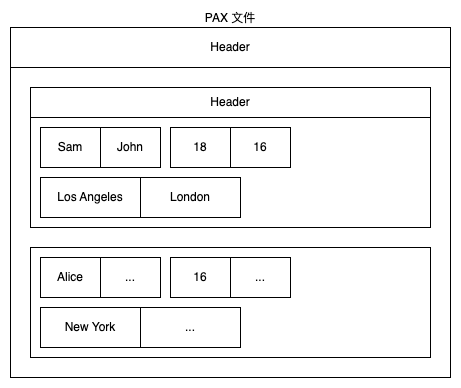
Earlier version of the draw.io export images/高级数据存储/adv_db_hybrid_layout.drawio.png (YihangWe/yihangwe.github.io). Source tidied: cells renumbered, new cells last; positions are measured from the earlier drawing's top-left corner, leaving out a move shared by most shapes.
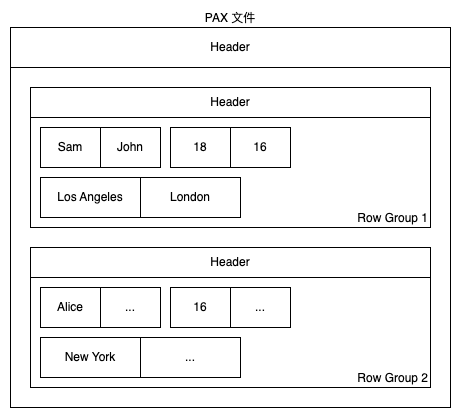
Above is the later version.

The edit, as a diff of the source:
```diff
@@ -3,16 +3,16 @@
     <mxCell id="0" />
     <mxCell id="1" parent="0" />
     <mxCell id="2" value="PAX 文件" style="rounded=0;whiteSpace=wrap;html=1;verticalAlign=bottom;labelPosition=center;verticalLabelPosition=top;align=center;" parent="1" vertex="1">
-      <mxGeometry width="440" height="350" as="geometry" />
+      <mxGeometry width="440" height="380" as="geometry" />
     </mxCell>
     <mxCell id="3" value="Header" style="rounded=0;whiteSpace=wrap;html=1;" parent="1" vertex="1">
       <mxGeometry width="440" height="40" as="geometry" />
     </mxCell>
-    <mxCell id="4" style="rounded=0;whiteSpace=wrap;html=1;" parent="1" vertex="1">
+    <mxCell id="4" value="Row Group 1" style="rounded=0;whiteSpace=wrap;html=1;labelPosition=center;verticalLabelPosition=middle;align=right;verticalAlign=bottom;" parent="1" vertex="1">
       <mxGeometry x="20" y="60" width="400" height="140" as="geometry" />
     </mxCell>
-    <mxCell id="5" style="rounded=0;whiteSpace=wrap;html=1;" parent="1" vertex="1">
-      <mxGeometry x="20" y="220" width="400" height="110" as="geometry" />
+    <mxCell id="5" value="Row Group 2" style="rounded=0;whiteSpace=wrap;html=1;verticalAlign=bottom;align=right;" parent="1" vertex="1">
+      <mxGeometry x="20" y="220" width="400" height="140" as="geometry" />
     </mxCell>
     <mxCell id="6" value="Header" style="rounded=0;whiteSpace=wrap;html=1;" parent="1" vertex="1">
       <mxGeometry x="20" y="60" width="400" height="30" as="geometry" />
@@ -36,22 +36,25 @@
       <mxGeometry x="130" y="150" width="100" height="40" as="geometry" />
     </mxCell>
     <mxCell id="13" value="Alice" style="rounded=0;whiteSpace=wrap;html=1;" parent="1" vertex="1">
-      <mxGeometry x="30" y="230" width="60" height="40" as="geometry" />
+      <mxGeometry x="30" y="260" width="60" height="40" as="geometry" />
     </mxCell>
     <mxCell id="14" value="..." style="rounded=0;whiteSpace=wrap;html=1;" parent="1" vertex="1">
-      <mxGeometry x="90" y="230" width="60" height="40" as="geometry" />
+      <mxGeometry x="90" y="260" width="60" height="40" as="geometry" />
     </mxCell>
     <mxCell id="15" value="16" style="rounded=0;whiteSpace=wrap;html=1;" parent="1" vertex="1">
-      <mxGeometry x="160" y="230" width="60" height="40" as="geometry" />
+      <mxGeometry x="160" y="260" width="60" height="40" as="geometry" />
     </mxCell>
     <mxCell id="16" value="..." style="rounded=0;whiteSpace=wrap;html=1;" parent="1" vertex="1">
-      <mxGeometry x="220" y="230" width="60" height="40" as="geometry" />
+      <mxGeometry x="220" y="260" width="60" height="40" as="geometry" />
     </mxCell>
     <mxCell id="17" value="New York" style="rounded=0;whiteSpace=wrap;html=1;" parent="1" vertex="1">
-      <mxGeometry x="30" y="280" width="100" height="40" as="geometry" />
+      <mxGeometry x="30" y="310" width="100" height="40" as="geometry" />
     </mxCell>
     <mxCell id="18" value="..." style="rounded=0;whiteSpace=wrap;html=1;" parent="1" vertex="1">
-      <mxGeometry x="130" y="280" width="100" height="40" as="geometry" />
+      <mxGeometry x="130" y="310" width="100" height="40" as="geometry" />
     </mxCell>
+    <mxCell id="19" value="Header" style="rounded=0;whiteSpace=wrap;html=1;" parent="1" vertex="1">
+      <mxGeometry x="20" y="220" width="400" height="30" as="geometry" />
+    </mxCell>
   </root>
 </mxGraphModel>
```
